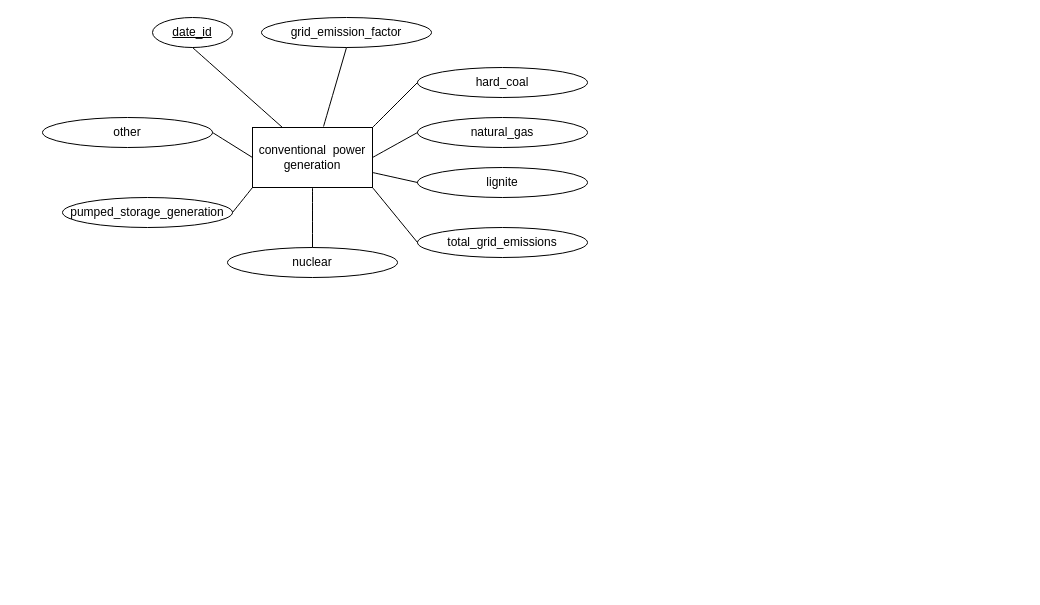
The draw.io diagram documentation/resources/ERM.drawio in myFavShrimp/agora-mining, before the edit. Source tidied: cells renumbered, new cells numbered last; positions are measured from the earlier drawing's top-left corner, leaving out a move shared by most shapes. Both pictures are drawn from the tidied source at 100%, with x=0, y=0 at pixel (42, 17).
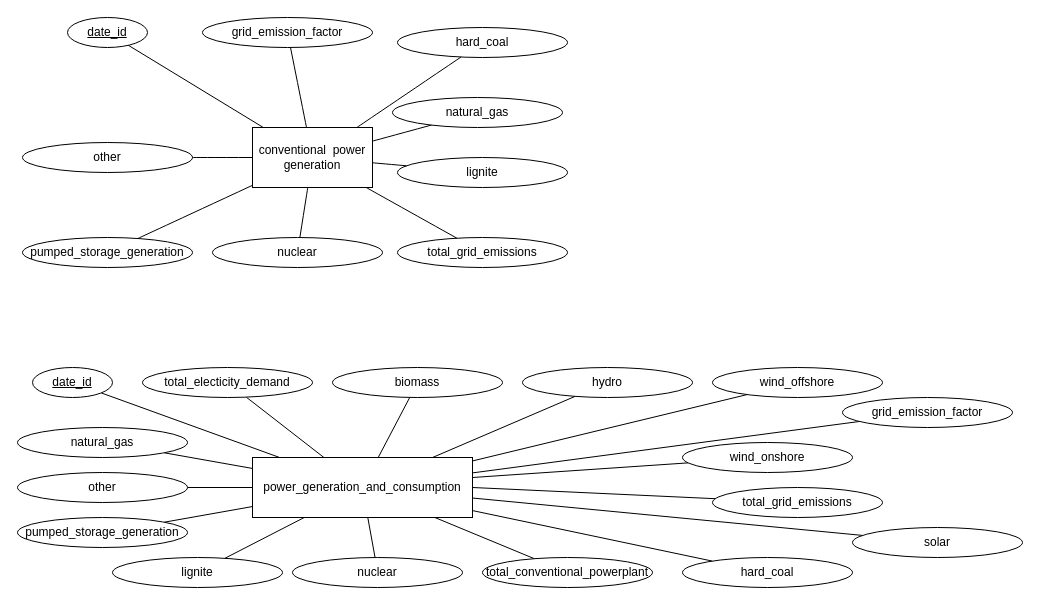
The same diagram, later.

Commit message:
Angepasstes ERM

Unchanged cells that the change refers to:
```xml
<mxCell id="2" value="conventional&amp;nbsp; power generation" style="rounded=0;whiteSpace=wrap;html=1;" parent="1" vertex="1">
  <mxGeometry x="210" y="110" width="120" height="60" as="geometry" />
</mxCell>
```

Change to the diagram source:
```diff
@@
+    <mxCell id="18" style="rounded=0;jettySize=auto;html=1;strokeColor=default;endArrow=none;endFill=0;" parent="1" edge="1" source="3" target="2">
+      <mxGeometry relative="1" as="geometry" />
+    </mxCell>
     <mxCell id="3" value="&lt;u&gt;date_id&lt;/u&gt;" style="ellipse;whiteSpace=wrap;html=1;" parent="1" vertex="1">
-      <mxGeometry x="110" width="80" height="30" as="geometry" />
+      <mxGeometry x="25" width="80" height="30" as="geometry" />
     </mxCell>
     <mxCell id="4" value="grid_emission_factor" style="ellipse;whiteSpace=wrap;html=1;fontSize=12;" parent="1" vertex="1">
-      <mxGeometry x="219" width="170" height="30" as="geometry" />
+      <mxGeometry x="160" width="170" height="30" as="geometry" />
     </mxCell>
     <mxCell id="5" value="hard_coal" style="ellipse;whiteSpace=wrap;html=1;fontSize=12;" parent="1" vertex="1">
-      <mxGeometry x="375" y="50" width="170" height="30" as="geometry" />
+      <mxGeometry x="355" y="10" width="170" height="30" as="geometry" />
     </mxCell>
     <mxCell id="6" value="natural_gas" style="ellipse;whiteSpace=wrap;html=1;fontSize=12;" parent="1" vertex="1">
-      <mxGeometry x="375" y="100" width="170" height="30" as="geometry" />
+      <mxGeometry x="350" y="80" width="170" height="30" as="geometry" />
     </mxCell>
     <mxCell id="7" value="lignite" style="ellipse;whiteSpace=wrap;html=1;fontSize=12;" parent="1" vertex="1">
-      <mxGeometry x="375" y="150" width="170" height="30" as="geometry" />
+      <mxGeometry x="355" y="140" width="170" height="30" as="geometry" />
     </mxCell>
     <mxCell id="8" value="total_grid_emissions" style="ellipse;whiteSpace=wrap;html=1;fontSize=12;" parent="1" vertex="1">
-      <mxGeometry x="375" y="210" width="170" height="30" as="geometry" />
+      <mxGeometry x="355" y="220" width="170" height="30" as="geometry" />
     </mxCell>
     <mxCell id="9" value="nuclear" style="ellipse;whiteSpace=wrap;html=1;fontSize=12;" parent="1" vertex="1">
-      <mxGeometry x="185" y="230" width="170" height="30" as="geometry" />
+      <mxGeometry x="170" y="220" width="170" height="30" as="geometry" />
     </mxCell>
     <mxCell id="10" value="pumped_storage_generation" style="ellipse;whiteSpace=wrap;html=1;fontSize=12;" parent="1" vertex="1">
-      <mxGeometry x="20" y="180" width="170" height="30" as="geometry" />
+      <mxGeometry x="-20" y="220" width="170" height="30" as="geometry" />
     </mxCell>
     <mxCell id="11" value="other" style="ellipse;whiteSpace=wrap;html=1;fontSize=12;" parent="1" vertex="1">
-      <mxGeometry y="100" width="170" height="30" as="geometry" />
+      <mxGeometry x="-20" y="125" width="170" height="30" as="geometry" />
     </mxCell>
-    <mxCell id="12" style="endArrow=none;html=1;rounded=0;fontSize=12;startSize=8;endSize=8;curved=1;exitX=1;exitY=0.5;exitDx=0;exitDy=0;entryX=0;entryY=0.5;entryDx=0;entryDy=0;" parent="1" edge="1" source="2" target="6">
+    <mxCell id="12" style="endArrow=none;html=1;rounded=0;fontSize=12;startSize=8;endSize=8;curved=1;" parent="1" edge="1" source="2" target="6">
       <mxGeometry relative="1" as="geometry" />
     </mxCell>
-    <mxCell id="13" style="endArrow=none;html=1;rounded=0;fontSize=12;startSize=8;endSize=8;curved=1;exitX=1;exitY=0.75;exitDx=0;exitDy=0;entryX=0;entryY=0.5;entryDx=0;entryDy=0;" parent="1" edge="1" source="2" target="7">
+    <mxCell id="13" style="endArrow=none;html=1;rounded=0;fontSize=12;startSize=8;endSize=8;curved=1;" parent="1" edge="1" source="2" target="7">
       <mxGeometry relative="1" as="geometry" />
     </mxCell>
-    <mxCell id="14" style="endArrow=none;html=1;rounded=0;fontSize=12;startSize=8;endSize=8;curved=1;exitX=1;exitY=1;exitDx=0;exitDy=0;entryX=0;entryY=0.5;entryDx=0;entryDy=0;" parent="1" edge="1" source="2" target="8">
+    <mxCell id="14" style="endArrow=none;html=1;rounded=0;fontSize=12;startSize=8;endSize=8;curved=1;" parent="1" edge="1" source="2" target="8">
       <mxGeometry relative="1" as="geometry" />
     </mxCell>
-    <mxCell id="15" style="endArrow=none;html=1;rounded=0;fontSize=12;startSize=8;endSize=8;curved=1;exitX=0.5;exitY=1;exitDx=0;exitDy=0;entryX=0.5;entryY=0;entryDx=0;entryDy=0;" parent="1" edge="1" source="2" target="9">
+    <mxCell id="15" style="endArrow=none;html=1;rounded=0;fontSize=12;startSize=8;endSize=8;curved=1;" parent="1" edge="1" source="2" target="9">
       <mxGeometry relative="1" as="geometry" />
     </mxCell>
-    <mxCell id="16" style="endArrow=none;html=1;rounded=0;fontSize=12;startSize=8;endSize=8;curved=1;exitX=1;exitY=0.5;exitDx=0;exitDy=0;entryX=0;entryY=0.5;entryDx=0;entryDy=0;" parent="1" edge="1" source="11" target="2">
+    <mxCell id="16" style="endArrow=none;html=1;rounded=0;fontSize=12;startSize=8;endSize=8;curved=1;" parent="1" edge="1" source="11" target="2">
       <mxGeometry relative="1" as="geometry" />
     </mxCell>
-    <mxCell id="17" style="endArrow=none;html=1;rounded=0;fontSize=12;startSize=8;endSize=8;curved=1;exitX=1;exitY=0.5;exitDx=0;exitDy=0;entryX=0;entryY=1;entryDx=0;entryDy=0;" parent="1" edge="1" source="10" target="2">
+    <mxCell id="17" style="endArrow=none;html=1;rounded=0;fontSize=12;startSize=8;endSize=8;curved=1;" parent="1" edge="1" source="10" target="2">
       <mxGeometry relative="1" as="geometry" />
     </mxCell>
-    <mxCell id="18" style="endArrow=none;html=1;rounded=0;fontSize=12;startSize=8;endSize=8;curved=1;exitX=0.5;exitY=1;exitDx=0;exitDy=0;entryX=0.25;entryY=0;entryDx=0;entryDy=0;" parent="1" edge="1" source="3" target="2">
-      <mxGeometry relative="1" as="geometry" />
-    </mxCell>
-    <mxCell id="19" style="endArrow=none;html=1;rounded=0;fontSize=12;startSize=8;endSize=8;curved=1;exitX=0.592;exitY=-0.017;exitDx=0;exitDy=0;exitPerimeter=0;entryX=0.5;entryY=1;entryDx=0;entryDy=0;" parent="1" edge="1" source="2" target="4">
+    <mxCell id="19" style="endArrow=none;html=1;rounded=0;fontSize=12;startSize=8;endSize=8;curved=1;" parent="1" edge="1" source="2" target="4">
       <mxGeometry relative="1" as="geometry" />
     </mxCell>
-    <mxCell id="20" style="endArrow=none;html=1;rounded=0;fontSize=12;startSize=8;endSize=8;curved=1;exitX=1;exitY=0;exitDx=0;exitDy=0;entryX=0;entryY=0.5;entryDx=0;entryDy=0;" parent="1" edge="1" source="2" target="5">
+    <mxCell id="20" style="endArrow=none;html=1;rounded=0;fontSize=12;startSize=8;endSize=8;curved=1;" parent="1" edge="1" source="2" target="5">
       <mxGeometry relative="1" as="geometry" />
     </mxCell>
+    <mxCell id="21" value="power_generation_and_consumption" style="rounded=0;whiteSpace=wrap;html=1;" parent="1" vertex="1">
+      <mxGeometry x="210" y="440" width="220" height="60" as="geometry" />
+    </mxCell>
+    <mxCell id="22" style="jettySize=auto;html=1;endArrow=none;endFill=0;rounded=1;" parent="1" edge="1" source="23" target="21">
+      <mxGeometry relative="1" as="geometry" />
+    </mxCell>
+    <mxCell id="23" value="&lt;u&gt;date_id&lt;/u&gt;" style="ellipse;whiteSpace=wrap;html=1;" parent="1" vertex="1">
+      <mxGeometry x="-10" y="350" width="80" height="30" as="geometry" />
+    </mxCell>
+    <mxCell id="24" style="jettySize=auto;html=1;endArrow=none;endFill=0;rounded=1;" parent="1" edge="1" source="25" target="21">
+      <mxGeometry relative="1" as="geometry" />
+    </mxCell>
+    <mxCell id="25" value="total_electicity_demand" style="ellipse;whiteSpace=wrap;html=1;fontSize=12;" parent="1" vertex="1">
+      <mxGeometry x="100" y="350" width="170" height="30" as="geometry" />
+    </mxCell>
+    <mxCell id="26" style="jettySize=auto;html=1;endArrow=none;endFill=0;rounded=1;" parent="1" edge="1" source="27" target="21">
+      <mxGeometry relative="1" as="geometry" />
+    </mxCell>
+    <mxCell id="27" value="biomass" style="ellipse;whiteSpace=wrap;html=1;fontSize=12;" parent="1" vertex="1">
+      <mxGeometry x="290" y="350" width="170" height="30" as="geometry" />
+    </mxCell>
+    <mxCell id="28" style="jettySize=auto;html=1;endArrow=none;endFill=0;rounded=1;" parent="1" edge="1" source="29" target="21">
+      <mxGeometry relative="1" as="geometry" />
+    </mxCell>
+    <mxCell id="29" value="hydro" style="ellipse;whiteSpace=wrap;html=1;fontSize=12;" parent="1" vertex="1">
+      <mxGeometry x="480" y="350" width="170" height="30" as="geometry" />
+    </mxCell>
+    <mxCell id="30" style="jettySize=auto;html=1;endArrow=none;endFill=0;rounded=1;" parent="1" edge="1" source="31" target="21">
+      <mxGeometry relative="1" as="geometry" />
+    </mxCell>
+    <mxCell id="31" value="wind_offshore" style="ellipse;whiteSpace=wrap;html=1;fontSize=12;" parent="1" vertex="1">
+      <mxGeometry x="670" y="350" width="170" height="30" as="geometry" />
+    </mxCell>
+    <mxCell id="32" style="jettySize=auto;html=1;endArrow=none;endFill=0;rounded=1;" parent="1" edge="1" source="33">
+      <mxGeometry relative="1" as="geometry">
+        <mxPoint x="430" y="460" as="targetPoint" />
+      </mxGeometry>
+    </mxCell>
+    <mxCell id="33" value="wind_onshore" style="ellipse;whiteSpace=wrap;html=1;fontSize=12;" parent="1" vertex="1">
+      <mxGeometry x="640" y="425" width="170" height="30" as="geometry" />
+    </mxCell>
+    <mxCell id="34" style="jettySize=auto;html=1;endArrow=none;endFill=0;rounded=1;" parent="1" edge="1" source="35" target="21">
+      <mxGeometry relative="1" as="geometry" />
+    </mxCell>
+    <mxCell id="35" value="solar" style="ellipse;whiteSpace=wrap;html=1;fontSize=12;" parent="1" vertex="1">
+      <mxGeometry x="810" y="510" width="170" height="30" as="geometry" />
+    </mxCell>
+    <mxCell id="36" style="jettySize=auto;html=1;endArrow=none;endFill=0;rounded=1;" parent="1" edge="1" source="37" target="21">
+      <mxGeometry relative="1" as="geometry" />
+    </mxCell>
+    <mxCell id="37" value="total_conventional_powerplant" style="ellipse;whiteSpace=wrap;html=1;fontSize=12;" parent="1" vertex="1">
+      <mxGeometry x="440" y="540" width="170" height="30" as="geometry" />
+    </mxCell>
+    <mxCell id="38" style="jettySize=auto;html=1;endArrow=none;endFill=0;rounded=1;" parent="1" edge="1" source="39" target="21">
+      <mxGeometry relative="1" as="geometry" />
+    </mxCell>
+    <mxCell id="39" value="nuclear" style="ellipse;whiteSpace=wrap;html=1;fontSize=12;" parent="1" vertex="1">
+      <mxGeometry x="250" y="540" width="170" height="30" as="geometry" />
+    </mxCell>
+    <mxCell id="40" style="jettySize=auto;html=1;endArrow=none;endFill=0;rounded=1;" parent="1" edge="1" source="41" target="21">
+      <mxGeometry relative="1" as="geometry" />
+    </mxCell>
+    <mxCell id="41" value="lignite" style="ellipse;whiteSpace=wrap;html=1;fontSize=12;" parent="1" vertex="1">
+      <mxGeometry x="70" y="540" width="170" height="30" as="geometry" />
+    </mxCell>
+    <mxCell id="42" style="jettySize=auto;html=1;endArrow=none;endFill=0;rounded=1;" parent="1" edge="1" source="43" target="21">
+      <mxGeometry relative="1" as="geometry" />
+    </mxCell>
+    <mxCell id="43" value="grid_emission_factor" style="ellipse;whiteSpace=wrap;html=1;fontSize=12;" parent="1" vertex="1">
+      <mxGeometry x="800" y="380" width="170" height="30" as="geometry" />
+    </mxCell>
+    <mxCell id="44" style="jettySize=auto;html=1;endArrow=none;endFill=0;rounded=1;" parent="1" edge="1" source="45" target="21">
+      <mxGeometry relative="1" as="geometry" />
+    </mxCell>
+    <mxCell id="45" value="hard_coal" style="ellipse;whiteSpace=wrap;html=1;fontSize=12;" parent="1" vertex="1">
+      <mxGeometry x="640" y="540" width="170" height="30" as="geometry" />
+    </mxCell>
+    <mxCell id="46" style="jettySize=auto;html=1;endArrow=none;endFill=0;rounded=1;" parent="1" edge="1" source="47" target="21">
+      <mxGeometry relative="1" as="geometry" />
+    </mxCell>
+    <mxCell id="47" value="natural_gas" style="ellipse;whiteSpace=wrap;html=1;fontSize=12;" parent="1" vertex="1">
+      <mxGeometry x="-25" y="410" width="170" height="30" as="geometry" />
+    </mxCell>
+    <mxCell id="48" style="jettySize=auto;html=1;endArrow=none;endFill=0;rounded=1;" parent="1" edge="1" source="49">
+      <mxGeometry relative="1" as="geometry">
+        <mxPoint x="430" y="470" as="targetPoint" />
+      </mxGeometry>
+    </mxCell>
+    <mxCell id="49" value="total_grid_emissions" style="ellipse;whiteSpace=wrap;html=1;fontSize=12;" parent="1" vertex="1">
+      <mxGeometry x="670" y="470" width="170" height="30" as="geometry" />
+    </mxCell>
+    <mxCell id="50" style="jettySize=auto;html=1;endArrow=none;endFill=0;rounded=1;" parent="1" edge="1" source="51" target="21">
+      <mxGeometry relative="1" as="geometry" />
+    </mxCell>
+    <mxCell id="51" value="pumped_storage_generation" style="ellipse;whiteSpace=wrap;html=1;fontSize=12;" parent="1" vertex="1">
+      <mxGeometry x="-25" y="500" width="170" height="30" as="geometry" />
+    </mxCell>
+    <mxCell id="52" style="jettySize=auto;html=1;endArrow=none;endFill=0;rounded=1;" parent="1" edge="1" source="53" target="21">
+      <mxGeometry relative="1" as="geometry" />
+    </mxCell>
+    <mxCell id="53" value="other" style="ellipse;whiteSpace=wrap;html=1;fontSize=12;" parent="1" vertex="1">
+      <mxGeometry x="-25" y="455" width="170" height="30" as="geometry" />
+    </mxCell>
```
